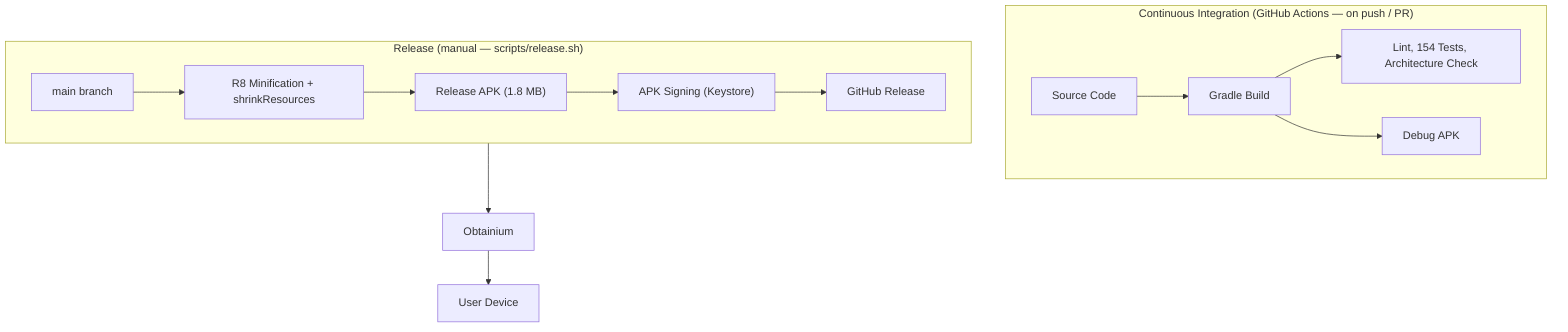
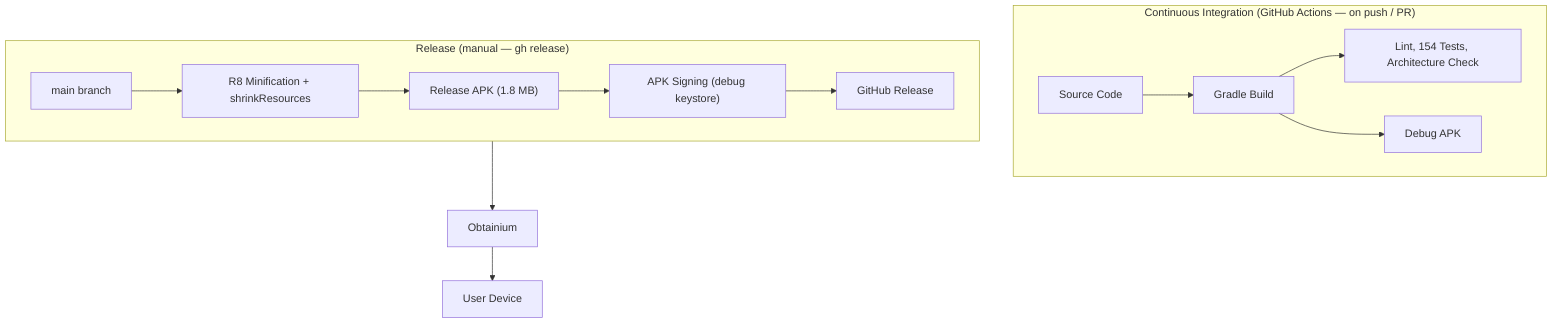
flowchart TB
    subgraph CI["Continuous Integration (GitHub Actions — on push / PR)"]
        direction LR
        SOURCE["Source Code"] --> BUILD["Gradle Build"]
        BUILD --> LINT["Lint, 154 Tests, Architecture Check"]
        BUILD --> DEBUG["Debug APK"]
    end

-     subgraph RELEASE["Release (manual — scripts/release.sh)"]
+     subgraph RELEASE["Release (manual — gh release)"]
        direction LR
        MAIN["main branch"] --> R8["R8 Minification + shrinkResources"]
        R8 --> APK["Release APK (1.8 MB)"]
-         APK --> SIGN["APK Signing (Keystore)"]
+         APK --> SIGN["APK Signing (debug keystore)"]
        SIGN --> GH["GitHub Release"]
    end

    GH --> OBT["Obtainium"]
    OBT --> USER["User Device"]
